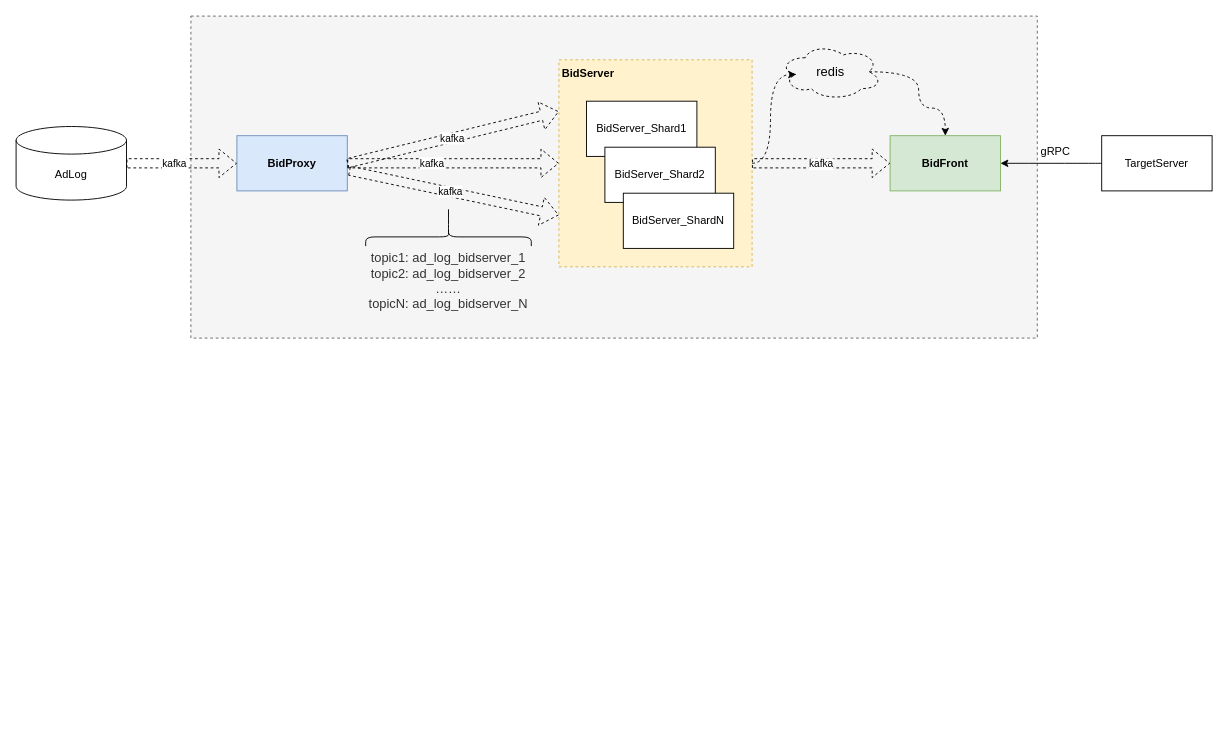
The draw.io diagram BiddingPlatform.drawio in ZiqingYip/moment, before the edit. Source tidied: cells renumbered, new cells numbered last; positions are measured from the earlier drawing's top-left corner, leaving out a move shared by most shapes. Both pictures are drawn from the tidied source at 92%, with x=0, y=0 at pixel (16, 16).
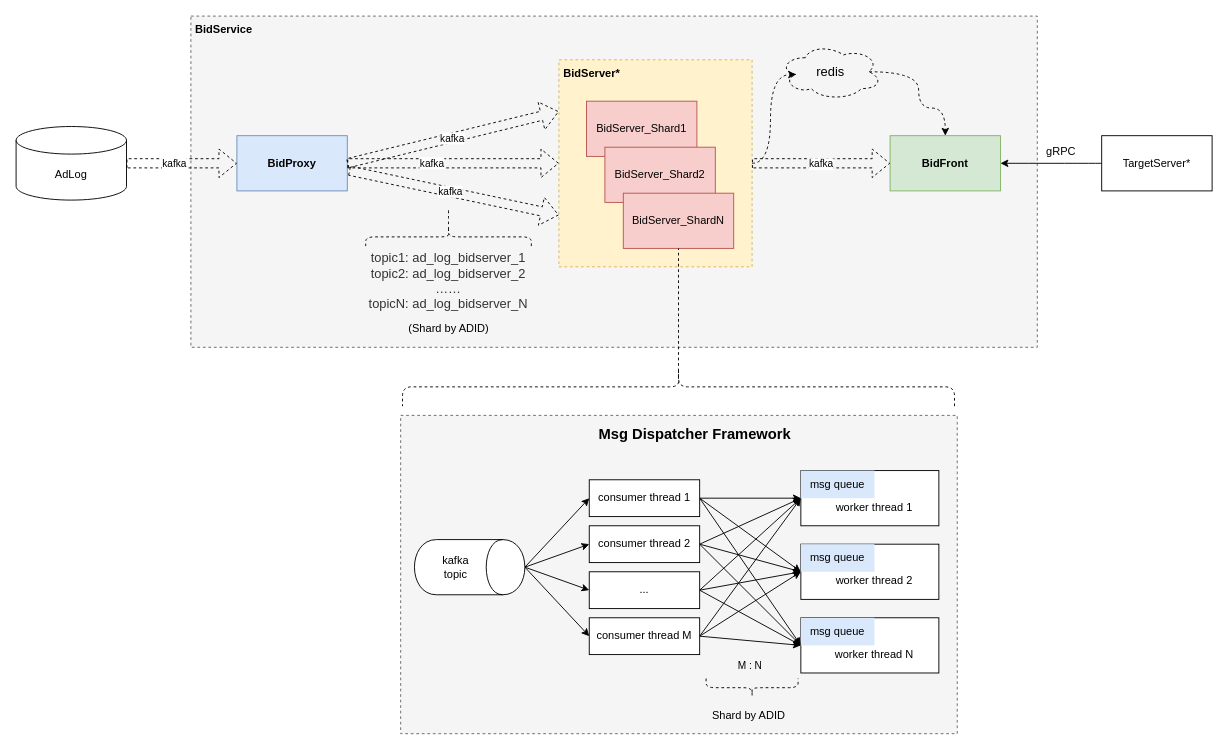
Above is the later version.

Diff of the diagram source:
```diff
@@
     <mxCell id="2" style="rounded=0;whiteSpace=wrap;html=1;strokeColor=#666666;fontColor=#333333;fillColor=#f5f5f5;dashed=1;" parent="1" vertex="1">
-      <mxGeometry x="190" width="920" height="350" as="geometry" />
+      <mxGeometry x="190" width="920" height="360" as="geometry" />
     </mxCell>
@@
-    <mxCell id="9" value="BidServer_Shard1" style="rounded=0;whiteSpace=wrap;html=1;" parent="1" vertex="1">
+    <mxCell id="9" value="BidServer_Shard1" style="rounded=0;whiteSpace=wrap;html=1;fillColor=#f8cecc;strokeColor=#b85450;" parent="1" vertex="1">
       <mxGeometry x="620" y="92.5" width="120" height="60" as="geometry" />
     </mxCell>
@@
-    <mxCell id="16" value="BidServer_Shard2" style="rounded=0;whiteSpace=wrap;html=1;" parent="1" vertex="1">
+    <mxCell id="16" value="BidServer_Shard2" style="rounded=0;whiteSpace=wrap;html=1;fillColor=#f8cecc;strokeColor=#b85450;" parent="1" vertex="1">
       <mxGeometry x="640" y="142.5" width="120" height="60" as="geometry" />
     </mxCell>
-    <mxCell id="17" value="BidServer_ShardN" style="rounded=0;whiteSpace=wrap;html=1;" parent="1" vertex="1">
+    <mxCell id="17" value="BidServer_ShardN" style="rounded=0;whiteSpace=wrap;html=1;fillColor=#f8cecc;strokeColor=#b85450;" parent="1" vertex="1">
       <mxGeometry x="660" y="192.5" width="120" height="60" as="geometry" />
     </mxCell>
@@
-    <mxCell id="24" value="&lt;b&gt;BidServer&lt;/b&gt;" style="text;html=1;strokeColor=none;fillColor=none;align=center;verticalAlign=middle;whiteSpace=wrap;rounded=0;dashed=1;fontColor=#000000;" parent="1" vertex="1">
-      <mxGeometry x="592" y="47.5" width="60" height="30" as="geometry" />
+    <mxCell id="24" value="&lt;b&gt;BidServer*&lt;/b&gt;" style="text;html=1;strokeColor=none;fillColor=none;align=center;verticalAlign=middle;whiteSpace=wrap;rounded=0;dashed=1;fontColor=#000000;" parent="1" vertex="1">
+      <mxGeometry x="592" y="47.5" width="68" height="30" as="geometry" />
     </mxCell>
-    <mxCell id="25" style="edgeStyle=orthogonalEdgeStyle;curved=1;rounded=0;jettySize=auto;html=1;exitX=0.1;exitY=0.5;exitDx=0;exitDy=0;exitPerimeter=0;fontColor=#000000;endArrow=none;endFill=0;elbow=vertical;" parent="1" edge="1" source="26">
+    <mxCell id="25" style="edgeStyle=orthogonalEdgeStyle;curved=1;rounded=0;jettySize=auto;html=1;exitX=0.1;exitY=0.5;exitDx=0;exitDy=0;exitPerimeter=0;fontColor=#000000;endArrow=none;endFill=0;elbow=vertical;dashed=1;" parent="1" edge="1" source="26">
       <mxGeometry relative="1" as="geometry">
         <mxPoint x="470" y="210" as="targetPoint" />
       </mxGeometry>
     </mxCell>
-    <mxCell id="26" style="shape=curlyBracket;whiteSpace=wrap;html=1;rounded=1;labelPosition=left;verticalLabelPosition=middle;align=right;verticalAlign=middle;strokeColor=#000000;fontColor=#000000;fillColor=none;rotation=90;" parent="1" vertex="1">
+    <mxCell id="26" style="shape=curlyBracket;whiteSpace=wrap;html=1;rounded=1;labelPosition=left;verticalLabelPosition=middle;align=right;verticalAlign=middle;strokeColor=#000000;fontColor=#000000;fillColor=none;rotation=90;dashed=1;" parent="1" vertex="1">
       <mxGeometry x="460" y="150" width="20" height="180" as="geometry" />
     </mxCell>
@@
     <mxCell id="28" value="gRPC" style="text;html=1;strokeColor=none;fillColor=none;align=center;verticalAlign=middle;whiteSpace=wrap;rounded=0;fontColor=#000000;" parent="1" vertex="1">
-      <mxGeometry x="1100" y="132" width="60" height="30" as="geometry" />
+      <mxGeometry x="1106" y="132" width="60" height="30" as="geometry" />
     </mxCell>
-    <mxCell id="29" value="TargetServer" style="rounded=0;whiteSpace=wrap;html=1;strokeColor=#000000;fontColor=#000000;fillColor=none;" parent="1" vertex="1">
+    <mxCell id="29" value="TargetServer*" style="rounded=0;whiteSpace=wrap;html=1;strokeColor=#000000;fontColor=#000000;fillColor=none;" parent="1" vertex="1">
       <mxGeometry x="1180" y="130" width="120" height="60" as="geometry" />
     </mxCell>
+    <mxCell id="30" value="&lt;b&gt;BidService&lt;/b&gt;" style="text;html=1;strokeColor=none;fillColor=none;align=center;verticalAlign=middle;whiteSpace=wrap;rounded=0;dashed=1;fontColor=#000000;" parent="1" vertex="1">
+      <mxGeometry x="192" width="68" height="30" as="geometry" />
+    </mxCell>
+    <mxCell id="31" style="rounded=0;whiteSpace=wrap;html=1;fillColor=#f5f5f5;dashed=1;fontColor=#333333;strokeColor=#666666;" parent="1" vertex="1">
+      <mxGeometry x="418" y="434" width="605" height="346" as="geometry" />
+    </mxCell>
+    <mxCell id="32" style="edgeStyle=none;rounded=0;jettySize=auto;html=1;exitX=1;exitY=0.5;exitDx=0;exitDy=0;entryX=0;entryY=1;entryDx=0;entryDy=0;" parent="1" edge="1" source="35" target="49">
+      <mxGeometry relative="1" as="geometry" />
+    </mxCell>
+    <mxCell id="33" style="edgeStyle=none;rounded=0;jettySize=auto;html=1;exitX=1;exitY=0.5;exitDx=0;exitDy=0;entryX=0;entryY=1;entryDx=0;entryDy=0;" parent="1" edge="1" source="35" target="52">
+      <mxGeometry relative="1" as="geometry" />
+    </mxCell>
+    <mxCell id="34" style="edgeStyle=none;rounded=0;jettySize=auto;html=1;exitX=1;exitY=0.5;exitDx=0;exitDy=0;entryX=0;entryY=0.5;entryDx=0;entryDy=0;" parent="1" edge="1" source="35" target="54">
+      <mxGeometry relative="1" as="geometry" />
+    </mxCell>
+    <mxCell id="35" value="consumer thread 1" style="rounded=0;whiteSpace=wrap;html=1;" parent="1" vertex="1">
+      <mxGeometry x="623" y="504" width="120" height="40" as="geometry" />
+    </mxCell>
+    <mxCell id="36" style="edgeStyle=none;rounded=0;jettySize=auto;html=1;exitX=1;exitY=0.5;exitDx=0;exitDy=0;entryX=0;entryY=1;entryDx=0;entryDy=0;" parent="1" edge="1" source="39" target="49">
+      <mxGeometry relative="1" as="geometry" />
+    </mxCell>
+    <mxCell id="37" style="edgeStyle=none;rounded=0;jettySize=auto;html=1;exitX=1;exitY=0.5;exitDx=0;exitDy=0;entryX=0;entryY=1;entryDx=0;entryDy=0;" parent="1" edge="1" source="39" target="52">
+      <mxGeometry relative="1" as="geometry" />
+    </mxCell>
+    <mxCell id="38" style="edgeStyle=none;rounded=0;jettySize=auto;html=1;exitX=1;exitY=0.5;exitDx=0;exitDy=0;entryX=0;entryY=1;entryDx=0;entryDy=0;" parent="1" edge="1" source="39" target="55">
+      <mxGeometry relative="1" as="geometry" />
+    </mxCell>
+    <mxCell id="39" value="consumer thread 2" style="rounded=0;whiteSpace=wrap;html=1;" parent="1" vertex="1">
+      <mxGeometry x="623" y="554" width="120" height="40" as="geometry" />
+    </mxCell>
+    <mxCell id="40" style="edgeStyle=none;rounded=0;jettySize=auto;html=1;exitX=1;exitY=0.5;exitDx=0;exitDy=0;entryX=0;entryY=0.5;entryDx=0;entryDy=0;" parent="1" edge="1" source="43" target="48">
+      <mxGeometry relative="1" as="geometry" />
+    </mxCell>
+    <mxCell id="41" style="edgeStyle=none;rounded=0;jettySize=auto;html=1;exitX=1;exitY=0.5;exitDx=0;exitDy=0;entryX=0;entryY=1;entryDx=0;entryDy=0;" parent="1" edge="1" source="43" target="52">
+      <mxGeometry relative="1" as="geometry" />
+    </mxCell>
+    <mxCell id="42" style="edgeStyle=none;rounded=0;jettySize=auto;html=1;exitX=1;exitY=0.5;exitDx=0;exitDy=0;entryX=0;entryY=0.5;entryDx=0;entryDy=0;" parent="1" edge="1" source="43" target="54">
+      <mxGeometry relative="1" as="geometry" />
+    </mxCell>
+    <mxCell id="43" value="..." style="rounded=0;whiteSpace=wrap;html=1;" parent="1" vertex="1">
+      <mxGeometry x="623" y="604" width="120" height="40" as="geometry" />
+    </mxCell>
+    <mxCell id="44" style="edgeStyle=none;rounded=0;jettySize=auto;html=1;exitX=1;exitY=0.5;exitDx=0;exitDy=0;entryX=0;entryY=1;entryDx=0;entryDy=0;" parent="1" edge="1" source="47" target="49">
+      <mxGeometry relative="1" as="geometry" />
+    </mxCell>
+    <mxCell id="45" style="edgeStyle=none;rounded=0;jettySize=auto;html=1;exitX=1;exitY=0.5;exitDx=0;exitDy=0;entryX=0;entryY=1;entryDx=0;entryDy=0;" parent="1" edge="1" source="47" target="52">
+      <mxGeometry relative="1" as="geometry" />
+    </mxCell>
+    <mxCell id="46" style="edgeStyle=none;rounded=0;jettySize=auto;html=1;exitX=1;exitY=0.5;exitDx=0;exitDy=0;" parent="1" edge="1" source="47">
+      <mxGeometry relative="1" as="geometry">
+        <mxPoint x="853" y="684" as="targetPoint" />
+      </mxGeometry>
+    </mxCell>
+    <mxCell id="47" value="consumer thread M" style="rounded=0;whiteSpace=wrap;html=1;" parent="1" vertex="1">
+      <mxGeometry x="623" y="654" width="120" height="40" as="geometry" />
+    </mxCell>
+    <mxCell id="48" style="rounded=0;whiteSpace=wrap;html=1;" parent="1" vertex="1">
+      <mxGeometry x="853" y="494" width="150" height="60" as="geometry" />
+    </mxCell>
+    <mxCell id="49" value="msg queue" style="rounded=0;whiteSpace=wrap;html=1;fillColor=#dae8fc;strokeColor=none;" parent="1" vertex="1">
+      <mxGeometry x="853" y="494" width="80" height="30" as="geometry" />
+    </mxCell>
+    <mxCell id="50" value="worker thread 1" style="text;html=1;strokeColor=none;fillColor=none;align=center;verticalAlign=middle;whiteSpace=wrap;rounded=0;" parent="1" vertex="1">
+      <mxGeometry x="883" y="524" width="100" height="20" as="geometry" />
+    </mxCell>
+    <mxCell id="51" style="rounded=0;whiteSpace=wrap;html=1;" parent="1" vertex="1">
+      <mxGeometry x="853" y="574" width="150" height="60" as="geometry" />
+    </mxCell>
+    <mxCell id="52" value="msg queue" style="rounded=0;whiteSpace=wrap;html=1;fillColor=#dae8fc;strokeColor=none;" parent="1" vertex="1">
+      <mxGeometry x="853" y="574" width="80" height="30" as="geometry" />
+    </mxCell>
+    <mxCell id="53" value="worker thread 2" style="text;html=1;strokeColor=none;fillColor=none;align=center;verticalAlign=middle;whiteSpace=wrap;rounded=0;" parent="1" vertex="1">
+      <mxGeometry x="883" y="604" width="100" height="20" as="geometry" />
+    </mxCell>
+    <mxCell id="54" style="rounded=0;whiteSpace=wrap;html=1;" parent="1" vertex="1">
+      <mxGeometry x="853" y="654" width="150" height="60" as="geometry" />
+    </mxCell>
+    <mxCell id="55" value="msg queue" style="rounded=0;whiteSpace=wrap;html=1;fillColor=#dae8fc;strokeColor=none;" parent="1" vertex="1">
+      <mxGeometry x="853" y="654" width="80" height="30" as="geometry" />
+    </mxCell>
+    <mxCell id="56" value="worker thread N" style="text;html=1;strokeColor=none;fillColor=none;align=center;verticalAlign=middle;whiteSpace=wrap;rounded=0;" parent="1" vertex="1">
+      <mxGeometry x="883" y="684" width="100" height="20" as="geometry" />
+    </mxCell>
+    <mxCell id="57" style="rounded=0;jettySize=auto;html=1;exitX=0.5;exitY=0;exitDx=0;exitDy=0;entryX=0;entryY=0.5;entryDx=0;entryDy=0;" parent="1" edge="1" source="61" target="35">
+      <mxGeometry relative="1" as="geometry" />
+    </mxCell>
+    <mxCell id="58" style="edgeStyle=none;rounded=0;jettySize=auto;html=1;exitX=0.5;exitY=0;exitDx=0;exitDy=0;entryX=0;entryY=0.5;entryDx=0;entryDy=0;" parent="1" edge="1" source="61" target="39">
+      <mxGeometry relative="1" as="geometry" />
+    </mxCell>
+    <mxCell id="59" style="edgeStyle=none;rounded=0;jettySize=auto;html=1;exitX=0.5;exitY=0;exitDx=0;exitDy=0;entryX=0;entryY=0.5;entryDx=0;entryDy=0;" parent="1" edge="1" source="61" target="43">
+      <mxGeometry relative="1" as="geometry" />
+    </mxCell>
+    <mxCell id="60" style="edgeStyle=none;rounded=0;jettySize=auto;html=1;exitX=0.5;exitY=0;exitDx=0;exitDy=0;entryX=0;entryY=0.5;entryDx=0;entryDy=0;" parent="1" edge="1" source="61" target="47">
+      <mxGeometry relative="1" as="geometry" />
+    </mxCell>
+    <mxCell id="61" style="shape=cylinder;whiteSpace=wrap;html=1;boundedLbl=1;backgroundOutline=1;direction=south;" parent="1" vertex="1">
+      <mxGeometry x="433" y="569" width="120" height="60" as="geometry" />
+    </mxCell>
+    <mxCell id="62" value="kafka topic" style="text;html=1;strokeColor=none;fillColor=none;align=center;verticalAlign=middle;whiteSpace=wrap;rounded=0;" parent="1" vertex="1">
+      <mxGeometry x="453" y="589" width="50" height="20" as="geometry" />
+    </mxCell>
+    <mxCell id="63" value="Msg Dispatcher Framework" style="text;html=1;strokeColor=none;fillColor=none;align=center;verticalAlign=middle;whiteSpace=wrap;rounded=0;dashed=1;fontStyle=1;fontSize=16;" parent="1" vertex="1">
+      <mxGeometry x="623" y="434" width="230" height="40" as="geometry" />
+    </mxCell>
+    <mxCell id="64" value="&lt;font style=&quot;font-size: 11px&quot;&gt;M : N&lt;/font&gt;" style="text;html=1;strokeColor=none;fillColor=none;align=center;verticalAlign=middle;whiteSpace=wrap;rounded=0;dashed=1;fontSize=16;" parent="1" vertex="1">
+      <mxGeometry x="778" y="694" width="40" height="20" as="geometry" />
+    </mxCell>
+    <mxCell id="65" style="rounded=0;jettySize=auto;html=1;exitX=0.1;exitY=0.5;exitDx=0;exitDy=0;exitPerimeter=0;entryX=0.5;entryY=1;entryDx=0;entryDy=0;dashed=1;fontColor=#000000;endArrow=none;endFill=0;elbow=vertical;" parent="1" edge="1" source="66" target="17">
+      <mxGeometry relative="1" as="geometry" />
+    </mxCell>
+    <mxCell id="66" style="shape=curlyBracket;whiteSpace=wrap;html=1;rounded=1;labelPosition=left;verticalLabelPosition=middle;align=right;verticalAlign=middle;strokeColor=#000000;fontColor=#000000;fillColor=none;rotation=90;dashed=1;" parent="1" vertex="1">
+      <mxGeometry x="699" y="103" width="42" height="600" as="geometry" />
+    </mxCell>
+    <mxCell id="67" value="Shard by ADID" style="text;html=1;strokeColor=none;fillColor=none;align=center;verticalAlign=middle;whiteSpace=wrap;rounded=0;" parent="1" vertex="1">
+      <mxGeometry x="743" y="750" width="107" height="20" as="geometry" />
+    </mxCell>
+    <mxCell id="68" style="shape=curlyBracket;whiteSpace=wrap;html=1;rounded=1;dashed=1;fillColor=none;fontSize=16;direction=north;" parent="1" vertex="1">
+      <mxGeometry x="750" y="720" width="100" height="20" as="geometry" />
+    </mxCell>
+    <mxCell id="69" value="(Shard by ADID)" style="text;html=1;strokeColor=none;fillColor=none;align=center;verticalAlign=middle;whiteSpace=wrap;rounded=0;" parent="1" vertex="1">
+      <mxGeometry x="416.5" y="330" width="107" height="20" as="geometry" />
+    </mxCell>
```
